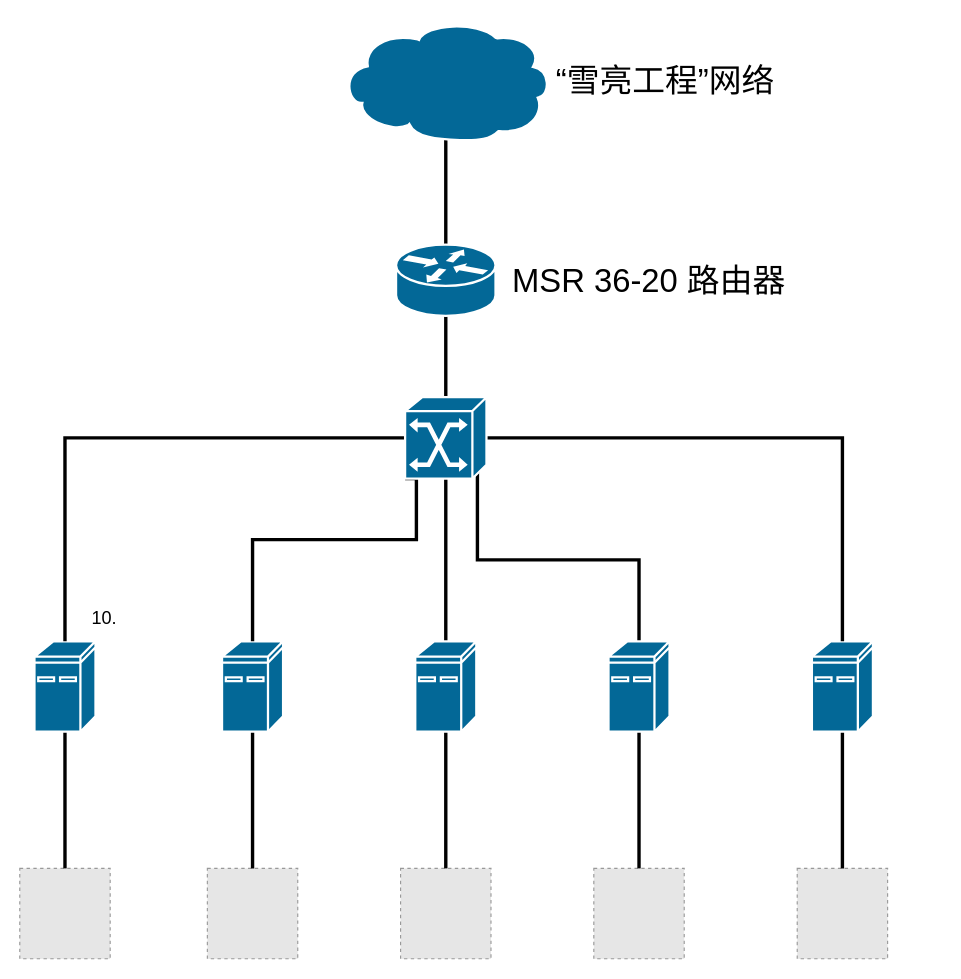
Before: Untitled Diagram.drawio in mushymuse/diagrams, a draw.io diagram. Source tidied: cells renumbered, new cells numbered last; positions are measured from the earlier drawing's top-left corner, leaving out a move shared by most shapes. Both pictures are drawn from the tidied source at 113%, with x=0, y=0 at pixel (19, 20). Pictures stored in the file or linked from it are replaced by grey dashed boxes.
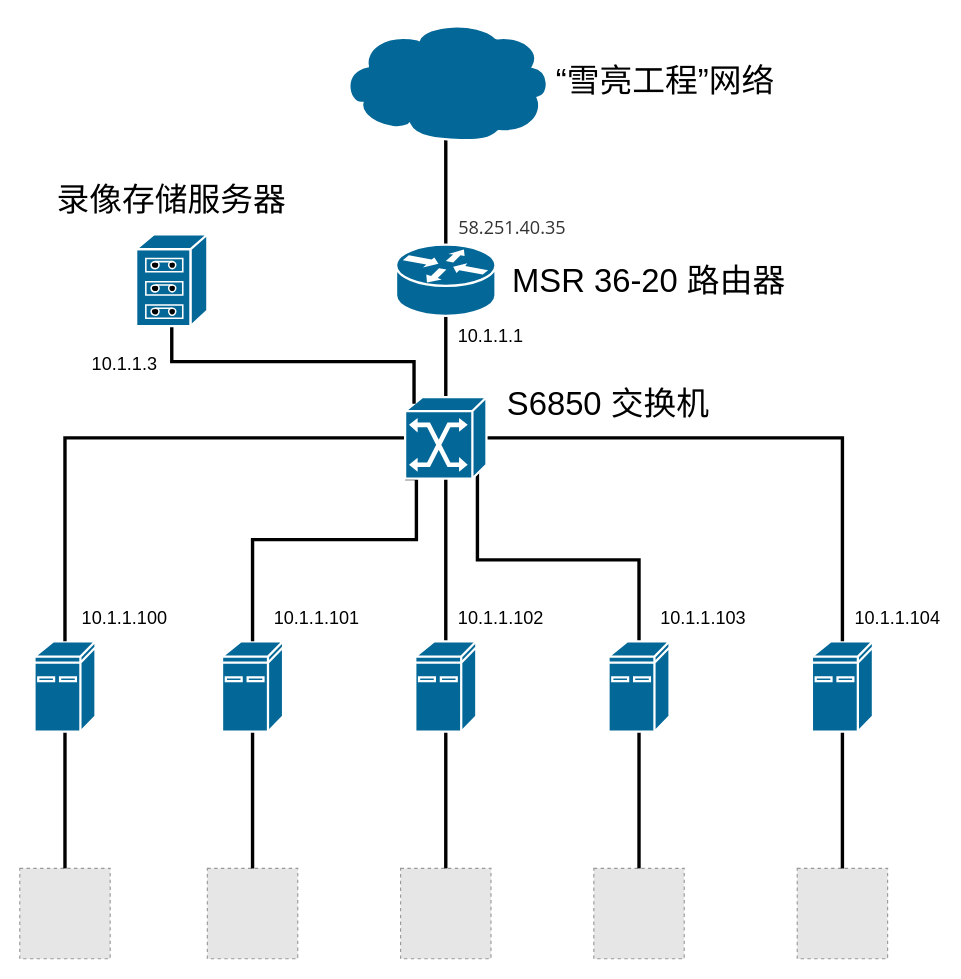
The same diagram, later.

The change refers to these unchanged cells:
```xml
<mxCell id="25" style="shape=mxgraph.cisco.switches.atm_switch;sketch=0;html=1;dashed=0;fillColor=#036897;strokeColor=#ffffff;strokeWidth=2;verticalLabelPosition=bottom;verticalAlign=top;align=center;outlineConnect=0;" parent="1" vertex="1">
  <mxGeometry x="341" y="333" width="72" height="72" as="geometry" />
</mxCell>
```

Diff of the diagram source:
```diff
@@
-    <mxCell id="29" value="10." style="text;html=1;strokeColor=none;fillColor=none;align=center;verticalAlign=middle;whiteSpace=wrap;rounded=0;fontSize=16;" parent="1" vertex="1">
-      <mxGeometry x="45" y="513" width="60" height="30" as="geometry" />
+    <mxCell id="29" value="10.1.1.100" style="text;html=1;strokeColor=none;fillColor=none;align=center;verticalAlign=middle;whiteSpace=wrap;rounded=0;fontSize=16;" parent="1" vertex="1">
+      <mxGeometry x="63" y="513" width="60" height="30" as="geometry" />
     </mxCell>
+    <mxCell id="30" style="edgeStyle=orthogonalEdgeStyle;rounded=0;jettySize=auto;html=1;exitX=0.5;exitY=1;exitDx=0;exitDy=0;exitPerimeter=0;entryX=0.11;entryY=0.08;entryDx=0;entryDy=0;entryPerimeter=0;endArrow=none;endFill=0;strokeWidth=3;" parent="1" edge="1" source="31" target="25">
+      <mxGeometry relative="1" as="geometry" />
+    </mxCell>
+    <mxCell id="31" style="shape=mxgraph.cisco.storage.tape_array;sketch=0;html=1;dashed=0;fillColor=#036897;strokeColor=#ffffff;strokeWidth=2;verticalLabelPosition=bottom;verticalAlign=top;align=center;outlineConnect=0;" parent="1" vertex="1">
+      <mxGeometry x="103" y="189" width="63" height="81" as="geometry" />
+    </mxCell>
+    <mxCell id="32" value="S6850 交换机" style="text;html=1;strokeColor=none;fillColor=none;align=center;verticalAlign=middle;whiteSpace=wrap;rounded=0;fontSize=29;" parent="1" vertex="1">
+      <mxGeometry x="412" y="324" width="218" height="30" as="geometry" />
+    </mxCell>
+    <mxCell id="33" value="10.1.1.101" style="text;html=1;strokeColor=none;fillColor=none;align=center;verticalAlign=middle;whiteSpace=wrap;rounded=0;fontSize=16;" parent="1" vertex="1">
+      <mxGeometry x="233" y="513" width="60" height="30" as="geometry" />
+    </mxCell>
+    <mxCell id="34" value="10.1.1.102" style="text;html=1;strokeColor=none;fillColor=none;align=center;verticalAlign=middle;whiteSpace=wrap;rounded=0;fontSize=16;" parent="1" vertex="1">
+      <mxGeometry x="396" y="513" width="60" height="30" as="geometry" />
+    </mxCell>
+    <mxCell id="35" value="10.1.1.103" style="text;html=1;strokeColor=none;fillColor=none;align=center;verticalAlign=middle;whiteSpace=wrap;rounded=0;fontSize=16;" parent="1" vertex="1">
+      <mxGeometry x="575" y="513" width="60" height="30" as="geometry" />
+    </mxCell>
+    <mxCell id="36" value="10.1.1.104" style="text;html=1;strokeColor=none;fillColor=none;align=center;verticalAlign=middle;whiteSpace=wrap;rounded=0;fontSize=16;" parent="1" vertex="1">
+      <mxGeometry x="747" y="513" width="60" height="30" as="geometry" />
+    </mxCell>
+    <mxCell id="37" value="10.1.1.3" style="text;html=1;strokeColor=none;fillColor=none;align=center;verticalAlign=middle;whiteSpace=wrap;rounded=0;fontSize=16;" parent="1" vertex="1">
+      <mxGeometry x="63" y="288" width="60" height="30" as="geometry" />
+    </mxCell>
+    <mxCell id="38" value="录像存储服务器" style="text;html=1;strokeColor=none;fillColor=none;align=center;verticalAlign=middle;whiteSpace=wrap;rounded=0;fontSize=29;" parent="1" vertex="1">
+      <mxGeometry x="31" y="144" width="207" height="30" as="geometry" />
+    </mxCell>
+    <mxCell id="39" value="10.1.1.1" style="text;html=1;strokeColor=none;fillColor=none;align=center;verticalAlign=middle;whiteSpace=wrap;rounded=0;fontSize=16;" parent="1" vertex="1">
+      <mxGeometry x="387" y="264" width="60" height="30" as="geometry" />
+    </mxCell>
+    <mxCell id="40" value="&lt;span style=&quot;color: rgb(51 , 51 , 51) ; font-family: &amp;#34;open sans&amp;#34; , &amp;#34;clear sans&amp;#34; , &amp;#34;helvetica neue&amp;#34; , &amp;#34;helvetica&amp;#34; , &amp;#34;arial&amp;#34; , sans-serif ; background-color: rgb(255 , 255 , 255)&quot;&gt;58.251.40.35&lt;/span&gt;" style="text;html=1;strokeColor=none;fillColor=none;align=center;verticalAlign=middle;whiteSpace=wrap;rounded=0;fontSize=16;" parent="1" vertex="1">
+      <mxGeometry x="387" y="168" width="98" height="30" as="geometry" />
+    </mxCell>
```
